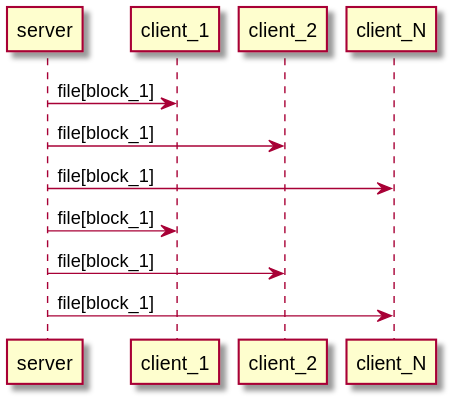
The PlantUML diagram tests/test_datatransport_meas_report/diagrams/main_test_sequence.svg in NielsDyrberg/szs_datatransport, before a commit.
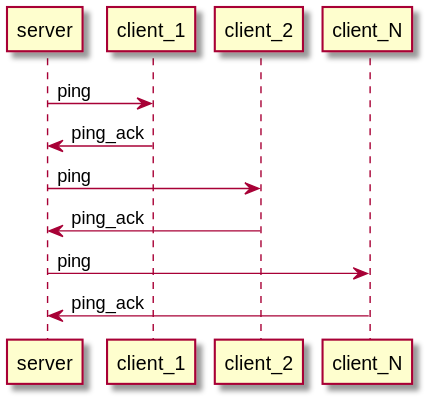
After the commit.

Commit message:
img correction

Diff of the diagram source:
```diff
@@ -1,9 +1,8 @@
 @startuml main_test_sequence
-server -> client_1: file[block_1]
-server -> client_2: file[block_1]
-server -> client_N: file[block_1]
-
-server -> client_1: file[block_1]
-server -> client_2: file[block_1]
-server -> client_N: file[block_1]
+server -> client_1: ping
+server <- client_1: ping_ack
+server -> client_2: ping
+server <- client_2: ping_ack
+server -> client_N: ping
+server <- client_N: ping_ack
 @enduml
```
